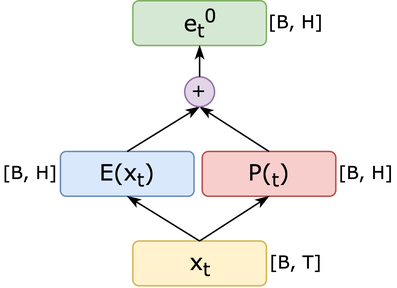
Above: pages/imgs/e0.png in LxMLS/lxmls-guide (draw.io), before the change. Source tidied: cells renumbered, new cells last; positions are measured from the earlier drawing's top-left corner, leaving out a move shared by most shapes.
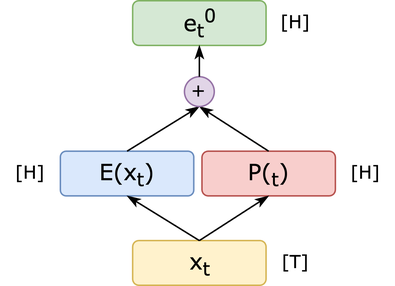
The same diagram one commit later.

What changed in the source:
```diff
@@ -32,16 +32,16 @@
     <mxCell id="11" style="endArrow=classicThin;html=1;rounded=0;entryX=0.5;entryY=1;entryDx=0;entryDy=0;exitX=0.5;exitY=0;exitDx=0;exitDy=0;endFill=1;" parent="1" edge="1" source="10" target="7">
       <mxGeometry relative="1" as="geometry" />
     </mxCell>
-    <mxCell id="12" value="&lt;font&gt;[B, T]&lt;/font&gt;" style="text;html=1;strokeColor=none;fillColor=none;align=center;verticalAlign=middle;whiteSpace=wrap;rounded=0;fontFamily=Verdana;" parent="1" vertex="1">
+    <mxCell id="12" value="&lt;font&gt;[T]&lt;/font&gt;" style="text;html=1;strokeColor=none;fillColor=none;align=center;verticalAlign=middle;whiteSpace=wrap;rounded=0;fontFamily=Verdana;" parent="1" vertex="1">
       <mxGeometry x="178" y="161" width="40" height="30" as="geometry" />
     </mxCell>
-    <mxCell id="13" value="&lt;font&gt;[B, H]&lt;/font&gt;" style="text;html=1;strokeColor=none;fillColor=none;align=center;verticalAlign=middle;whiteSpace=wrap;rounded=0;fontFamily=Verdana;" parent="1" vertex="1">
+    <mxCell id="13" value="&lt;font&gt;[H]&lt;/font&gt;" style="text;html=1;strokeColor=none;fillColor=none;align=center;verticalAlign=middle;whiteSpace=wrap;rounded=0;fontFamily=Verdana;" parent="1" vertex="1">
       <mxGeometry x="224.5" y="101" width="40" height="30" as="geometry" />
     </mxCell>
-    <mxCell id="14" value="&lt;font&gt;[B, H]&lt;/font&gt;" style="text;html=1;strokeColor=none;fillColor=none;align=center;verticalAlign=middle;whiteSpace=wrap;rounded=0;fontFamily=Verdana;" parent="1" vertex="1">
+    <mxCell id="14" value="&lt;font&gt;[H]&lt;/font&gt;" style="text;html=1;strokeColor=none;fillColor=none;align=center;verticalAlign=middle;whiteSpace=wrap;rounded=0;fontFamily=Verdana;" parent="1" vertex="1">
       <mxGeometry y="101" width="40" height="30" as="geometry" />
     </mxCell>
-    <mxCell id="15" value="&lt;font&gt;[B, H]&lt;/font&gt;" style="text;html=1;strokeColor=none;fillColor=none;align=center;verticalAlign=middle;whiteSpace=wrap;rounded=0;fontFamily=Verdana;" parent="1" vertex="1">
+    <mxCell id="15" value="&lt;font&gt;[H]&lt;/font&gt;" style="text;html=1;strokeColor=none;fillColor=none;align=center;verticalAlign=middle;whiteSpace=wrap;rounded=0;fontFamily=Verdana;" parent="1" vertex="1">
       <mxGeometry x="178" width="40" height="30" as="geometry" />
     </mxCell>
   </root>
```
